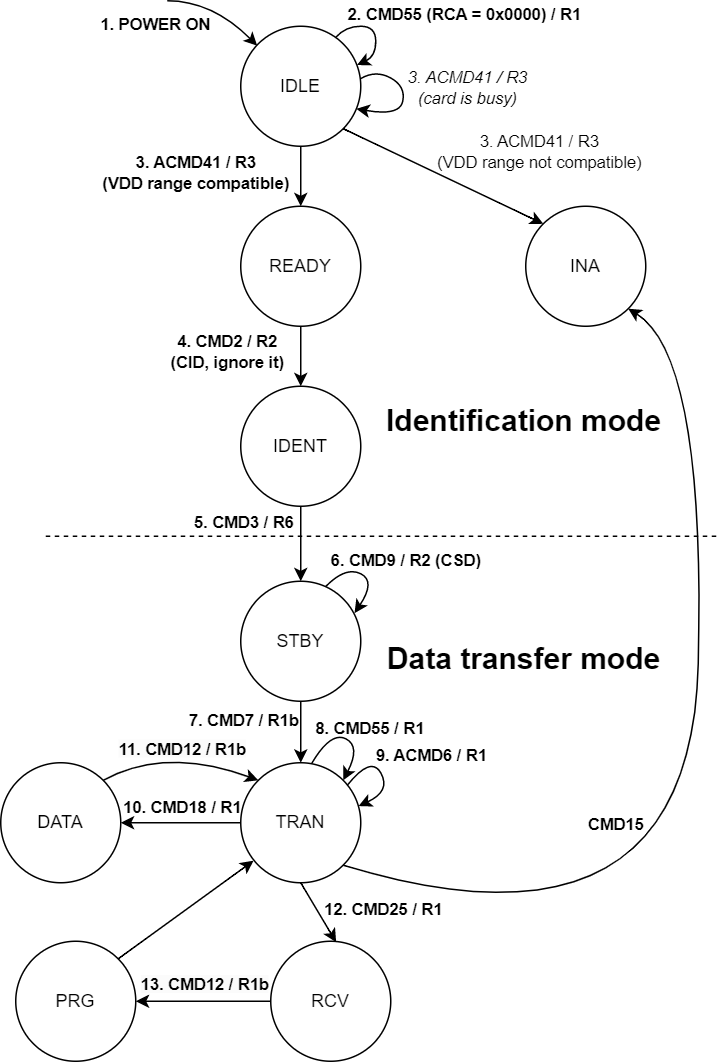
sirazenkov/GhostSD keeps this draw.io diagram as docs/SD/SD_card_states.png. Above is the earlier version. Source tidied: cells renumbered, new cells last; positions are measured from the earlier drawing's top-left corner, leaving out a move shared by most shapes.
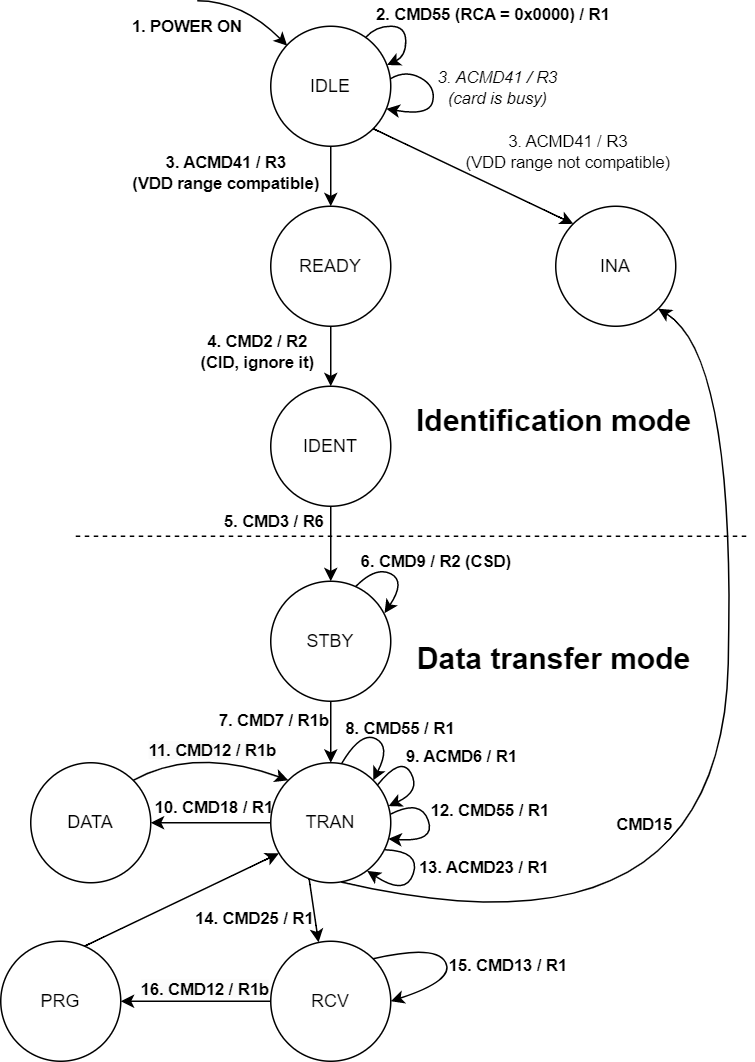
After the change.

Commit message:
Added pre-erase and check status commands on SD FSM diagram

The edit, as a diff of the source:
```diff
@@ -173,29 +173,29 @@
     <mxCell id="36" style="rounded=0;jettySize=auto;html=1;fontSize=11;" parent="1" edge="1" source="38" target="41">
       <mxGeometry relative="1" as="geometry" />
     </mxCell>
-    <mxCell id="37" value="&lt;b style=&quot;border-color: var(--border-color); background-color: rgb(251, 251, 251);&quot;&gt;13. CMD12 / R1b&lt;/b&gt;" style="edgeLabel;html=1;align=center;verticalAlign=middle;" parent="36" vertex="1">
+    <mxCell id="37" value="&lt;b style=&quot;border-color: var(--border-color); background-color: rgb(251, 251, 251);&quot;&gt;16. CMD12 / R1b&lt;/b&gt;" style="edgeLabel;html=1;align=center;verticalAlign=middle;rotation=0;" parent="36" vertex="1">
       <mxGeometry x="0.24" y="-2" relative="1" as="geometry">
-        <mxPoint x="11" y="-10" as="offset" />
+        <mxPoint x="17" y="-7" as="offset" />
       </mxGeometry>
     </mxCell>
     <mxCell id="38" value="RCV" style="ellipse;whiteSpace=wrap;html=1;" parent="1" vertex="1">
-      <mxGeometry x="180" y="627" width="80" height="80" as="geometry" />
+      <mxGeometry x="160" y="627" width="80" height="80" as="geometry" />
     </mxCell>
-    <mxCell id="39" style="curved=1;endArrow=classic;html=1;rounded=0;exitX=0.5;exitY=1;exitDx=0;exitDy=0;entryX=0.545;entryY=0.008;entryDx=0;entryDy=0;entryPerimeter=0;" parent="1" edge="1" source="24" target="38">
+    <mxCell id="39" style="curved=1;endArrow=classic;html=1;rounded=0;exitX=0.32;exitY=0.968;exitDx=0;exitDy=0;entryX=0.398;entryY=0.009;entryDx=0;entryDy=0;entryPerimeter=0;exitPerimeter=0;" parent="1" edge="1" source="24" target="38">
       <mxGeometry relative="1" as="geometry" />
     </mxCell>
-    <mxCell id="40" value="&lt;b&gt;12. CMD25 / R1&lt;/b&gt;" style="edgeLabel;html=1;align=center;verticalAlign=middle;fontSize=11;labelBackgroundColor=none;" parent="39" vertex="1">
+    <mxCell id="40" value="&lt;b&gt;14. CMD25 / R1&lt;/b&gt;" style="edgeLabel;html=1;align=center;verticalAlign=middle;fontSize=11;labelBackgroundColor=none;" parent="39" vertex="1">
       <mxGeometry x="-0.38" relative="1" as="geometry">
-        <mxPoint x="47" y="5" as="offset" />
+        <mxPoint x="-40" y="12" as="offset" />
       </mxGeometry>
     </mxCell>
     <mxCell id="41" value="PRG" style="ellipse;whiteSpace=wrap;html=1;" parent="1" vertex="1">
-      <mxGeometry x="10" y="627" width="80" height="80" as="geometry" />
+      <mxGeometry x="-20" y="627" width="80" height="80" as="geometry" />
     </mxCell>
-    <mxCell id="42" style="curved=1;endArrow=classic;html=1;rounded=0;fontSize=11;exitX=1;exitY=0;exitDx=0;exitDy=0;entryX=0.107;entryY=0.816;entryDx=0;entryDy=0;entryPerimeter=0;" parent="1" edge="1" source="41" target="24">
+    <mxCell id="42" style="curved=1;endArrow=classic;html=1;rounded=0;fontSize=11;exitX=0.698;exitY=0.041;exitDx=0;exitDy=0;entryX=0.068;entryY=0.755;entryDx=0;entryDy=0;entryPerimeter=0;exitPerimeter=0;" parent="1" edge="1" source="41" target="24">
       <mxGeometry relative="1" as="geometry" />
     </mxCell>
-    <mxCell id="43" style="curved=1;endArrow=classic;html=1;rounded=0;fontSize=11;entryX=1;entryY=1;entryDx=0;entryDy=0;exitX=1;exitY=1;exitDx=0;exitDy=0;" parent="1" edge="1" source="24" target="5">
+    <mxCell id="43" style="curved=1;endArrow=classic;html=1;rounded=0;fontSize=11;entryX=1;entryY=1;entryDx=0;entryDy=0;exitX=0.586;exitY=0.993;exitDx=0;exitDy=0;exitPerimeter=0;" parent="1" edge="1" source="24" target="5">
       <mxGeometry relative="1" as="geometry">
         <Array as="points">
           <mxPoint x="460" y="647" />
@@ -205,7 +205,7 @@
     </mxCell>
     <mxCell id="44" value="&lt;b&gt;CMD15&lt;/b&gt;" style="edgeLabel;html=1;align=center;verticalAlign=middle;fontSize=11;" parent="43" vertex="1">
       <mxGeometry x="0.35" relative="1" as="geometry">
-        <mxPoint x="-56" y="140" as="offset" />
+        <mxPoint x="-58" y="135" as="offset" />
       </mxGeometry>
     </mxCell>
     <mxCell id="45" style="curved=1;endArrow=classic;html=1;rounded=0;exitX=0.709;exitY=0.043;exitDx=0;exitDy=0;exitPerimeter=0;entryX=0.948;entryY=0.266;entryDx=0;entryDy=0;entryPerimeter=0;" parent="1" edge="1" source="18" target="18">
@@ -221,5 +221,44 @@
         <mxPoint x="30" y="-10" as="offset" />
       </mxGeometry>
     </mxCell>
+    <mxCell id="47" style="curved=1;endArrow=classic;html=1;rounded=0;exitX=1;exitY=0;exitDx=0;exitDy=0;entryX=1;entryY=0.5;entryDx=0;entryDy=0;" parent="1" edge="1" source="38" target="38">
+      <mxGeometry relative="1" as="geometry">
+        <Array as="points">
+          <mxPoint x="270" y="629" />
+          <mxPoint x="283" y="653" />
+        </Array>
+      </mxGeometry>
+    </mxCell>
+    <mxCell id="48" value="&lt;b style=&quot;&quot;&gt;15. CMD13 / R1&lt;/b&gt;" style="edgeLabel;html=1;align=center;verticalAlign=middle;labelBackgroundColor=none;" parent="47" vertex="1">
+      <mxGeometry x="-0.1" y="-1" relative="1" as="geometry">
+        <mxPoint x="44" y="4" as="offset" />
+      </mxGeometry>
+    </mxCell>
+    <mxCell id="49" style="curved=1;endArrow=classic;html=1;rounded=0;exitX=0.997;exitY=0.429;exitDx=0;exitDy=0;entryX=0.98;entryY=0.634;entryDx=0;entryDy=0;entryPerimeter=0;exitPerimeter=0;" parent="1" edge="1" source="24" target="24">
+      <mxGeometry relative="1" as="geometry">
+        <Array as="points">
+          <mxPoint x="260" y="532" />
+          <mxPoint x="270" y="561" />
+        </Array>
+      </mxGeometry>
+    </mxCell>
+    <mxCell id="50" value="&lt;b style=&quot;&quot;&gt;12. CMD55 / R1&lt;/b&gt;" style="edgeLabel;html=1;align=center;verticalAlign=middle;labelBackgroundColor=none;" parent="49" vertex="1">
+      <mxGeometry x="-0.1" y="-1" relative="1" as="geometry">
+        <mxPoint x="41" y="-8" as="offset" />
+      </mxGeometry>
+    </mxCell>
+    <mxCell id="51" style="curved=1;endArrow=classic;html=1;rounded=0;exitX=0.953;exitY=0.725;exitDx=0;exitDy=0;exitPerimeter=0;entryX=0.804;entryY=0.901;entryDx=0;entryDy=0;entryPerimeter=0;" parent="1" edge="1" source="24" target="24">
+      <mxGeometry relative="1" as="geometry">
+        <Array as="points">
+          <mxPoint x="260" y="567" />
+          <mxPoint x="250" y="597" />
+        </Array>
+      </mxGeometry>
+    </mxCell>
+    <mxCell id="52" value="&lt;b style=&quot;&quot;&gt;13. ACMD23 / R1&lt;/b&gt;" style="edgeLabel;html=1;align=center;verticalAlign=middle;labelBackgroundColor=none;" parent="51" vertex="1">
+      <mxGeometry x="-0.1" y="-1" relative="1" as="geometry">
+        <mxPoint x="46" y="-3" as="offset" />
+      </mxGeometry>
+    </mxCell>
   </root>
 </mxGraphModel>
```
